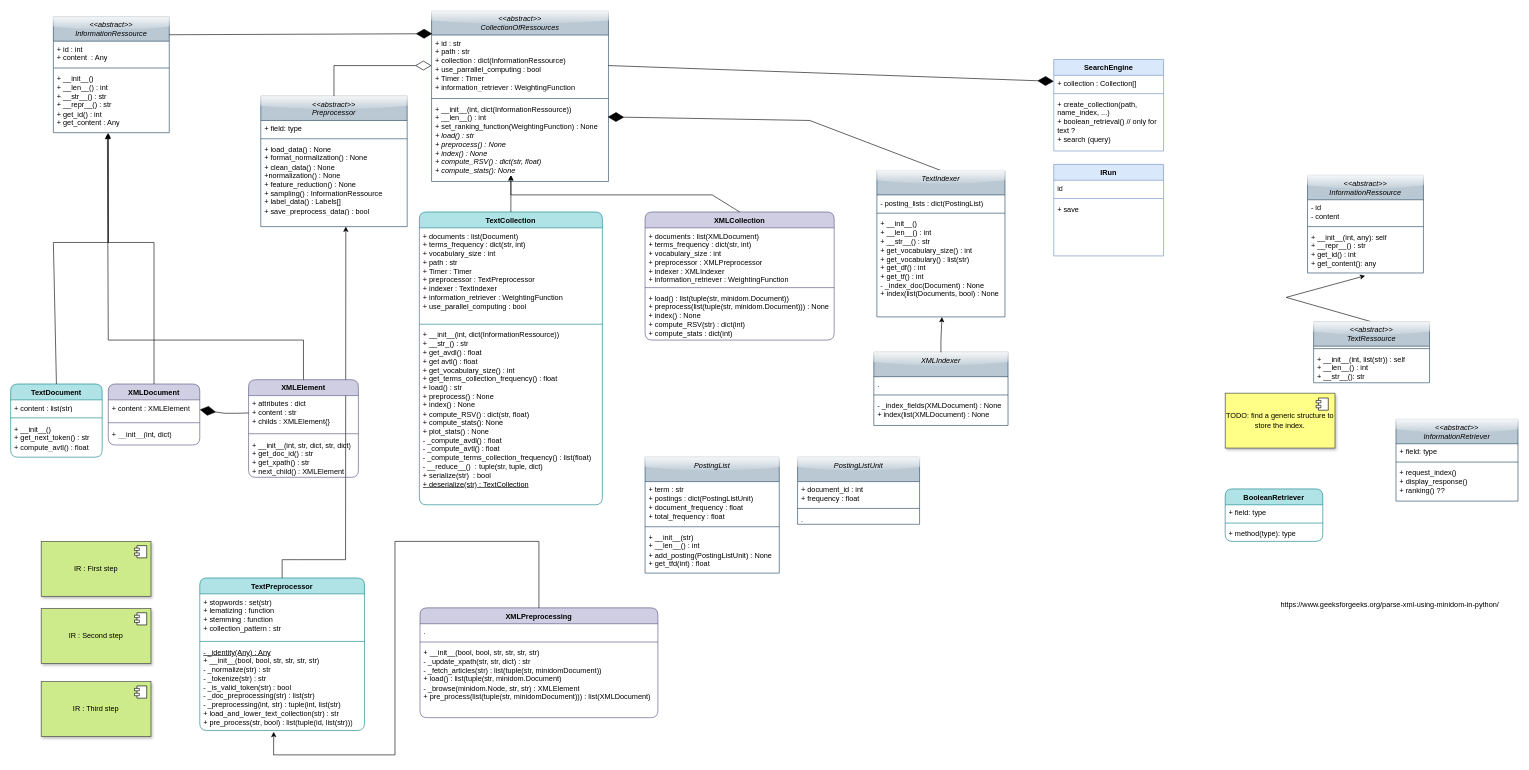
Before: uml_diagrams/information_retrieval_models.drawio in mohamedlrouabah1/RIM2DSC, a draw.io diagram. Source tidied: cells renumbered, new cells numbered last; positions are measured from the earlier drawing's top-left corner, leaving out a move shared by most shapes. Both pictures are drawn from the tidied source at 61%, with x=0, y=0 at pixel (10, 10).
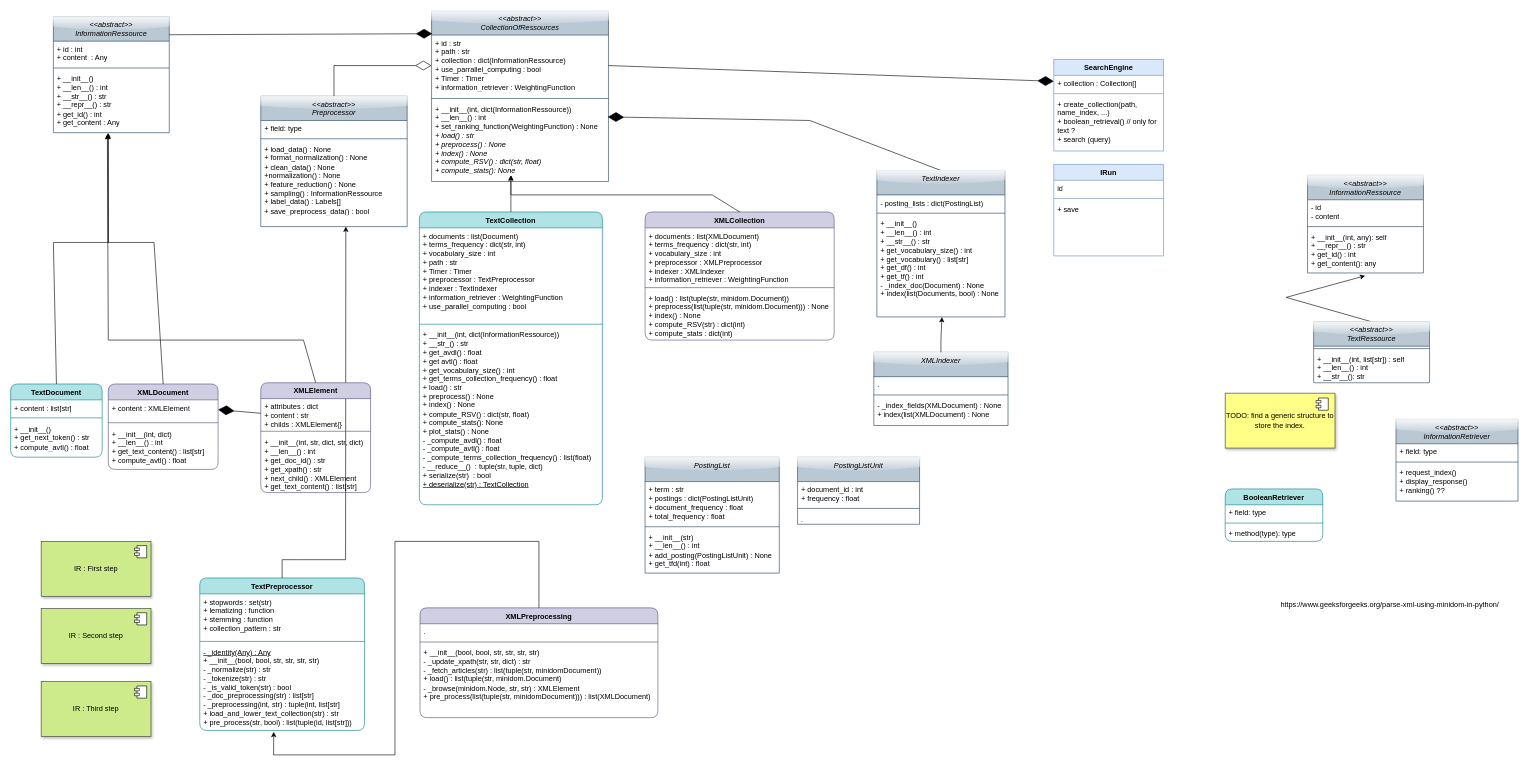
The same diagram, later.

Commit message:
doc: update class diagram

Unchanged cells that the change refers to:
```xml
<mxCell id="6" value="TextDocument" style="swimlane;fontStyle=1;align=center;verticalAlign=top;horizontal=1;startSize=26;whiteSpace=wrap;html=1;fillColor=#b0e3e6;strokeColor=#0e8088;rounded=1;" parent="1" vertex="1">
  <mxGeometry y="612" width="150" height="120" as="geometry" />
</mxCell>
<mxCell id="36" value="TextPreprocessor" style="swimlane;fontStyle=1;align=center;verticalAlign=top;horizontal=1;startSize=26;whiteSpace=wrap;html=1;fillColor=#b0e3e6;strokeColor=#0e8088;rounded=1;" parent="1" vertex="1">
  <mxGeometry x="310" y="930" width="270" height="250" as="geometry" />
</mxCell>
<mxCell id="73" value="&lt;i style=&quot;font-weight: normal;&quot;&gt;&amp;lt;&amp;lt;abstract&amp;gt;&amp;gt;&lt;br&gt;TextRessource&lt;/i&gt;" style="swimlane;fontStyle=1;align=center;verticalAlign=top;horizontal=1;startSize=40;whiteSpace=wrap;html=1;fillColor=#bac8d3;strokeColor=#23445d;glass=1;rounded=0;shadow=0;swimlaneLine=1;" parent="1" vertex="1">
  <mxGeometry x="2136" y="510" width="190" height="100" as="geometry" />
</mxCell>
<mxCell id="93" value="&lt;span style=&quot;font-weight: 400;&quot;&gt;&lt;i&gt;TextIndexer&lt;/i&gt;&lt;/span&gt;" style="swimlane;fontStyle=1;align=center;verticalAlign=top;horizontal=1;startSize=40;whiteSpace=wrap;html=1;fillColor=#bac8d3;strokeColor=#23445d;glass=1;" parent="1" vertex="1">
  <mxGeometry x="1420" y="262" width="210" height="240" as="geometry" />
</mxCell>
```

Diff of the diagram source:
```diff
@@
-    <mxCell id="7" value="+ content : list(str)" style="text;strokeColor=none;fillColor=none;align=left;verticalAlign=top;spacingLeft=4;spacingRight=4;overflow=hidden;whiteSpace=wrap;html=1;" parent="6" vertex="1">
+    <mxCell id="7" value="+ content : list[str]" style="text;strokeColor=none;fillColor=none;align=left;verticalAlign=top;spacingLeft=4;spacingRight=4;overflow=hidden;whiteSpace=wrap;html=1;" parent="6" vertex="1">
       <mxGeometry y="26" width="150" height="24" as="geometry" />
     </mxCell>
@@
     <mxCell id="10" value="XMLDocument" style="swimlane;fontStyle=1;align=center;verticalAlign=top;horizontal=1;startSize=26;whiteSpace=wrap;html=1;fillColor=#d0cee2;strokeColor=#56517e;rounded=1;" parent="1" vertex="1">
-      <mxGeometry x="160" y="612" width="150" height="100" as="geometry" />
+      <mxGeometry x="160" y="612" width="180" height="140" as="geometry" />
     </mxCell>
     <mxCell id="11" value="+ content : XMLElement" style="text;strokeColor=none;fillColor=none;align=left;verticalAlign=top;spacingLeft=4;spacingRight=4;overflow=hidden;points=[[0,0.5],[1,0.5]];portConstraint=eastwest;whiteSpace=wrap;html=1;" parent="10" vertex="1">
-      <mxGeometry y="26" width="150" height="32" as="geometry" />
+      <mxGeometry y="26" width="180" height="32" as="geometry" />
     </mxCell>
     <mxCell id="12" style="line;strokeWidth=1;fillColor=none;align=left;verticalAlign=middle;spacingTop=-1;spacingLeft=3;spacingRight=3;labelPosition=right;strokeColor=inherit;" parent="10" vertex="1">
-      <mxGeometry y="58" width="150" height="11" as="geometry" />
+      <mxGeometry y="58" width="180" height="11" as="geometry" />
     </mxCell>
-    <mxCell id="13" value="+ __init__(int, dict)" style="text;strokeColor=none;fillColor=none;align=left;verticalAlign=top;spacingLeft=4;spacingRight=4;overflow=hidden;whiteSpace=wrap;html=1;" parent="10" vertex="1">
-      <mxGeometry y="69" width="150" height="31" as="geometry" />
+    <mxCell id="13" value="+ __init__(int, dict)&lt;br&gt;+ __len__() : int&lt;br&gt;+ get_text_content() : list[str]&lt;br&gt;+ compute_avtl() : float" style="text;strokeColor=none;fillColor=none;align=left;verticalAlign=top;spacingLeft=4;spacingRight=4;overflow=hidden;whiteSpace=wrap;html=1;" parent="10" vertex="1">
+      <mxGeometry y="69" width="180" height="71" as="geometry" />
     </mxCell>
@@
-    <mxCell id="39" value="&lt;u&gt;- _identity(Any) : Any&lt;/u&gt;&lt;br&gt;+ __init__(bool, bool, str, str, str, str)&lt;br&gt;- _normalize(str) : str&lt;br&gt;- _tokenize(str) : str&lt;br&gt;- _is_valid_token(str) : bool&lt;br&gt;- _doc_preprocessing(str) : list(str)&lt;br&gt;- _preprocessing(int, str) : tuple(int, list(str)&lt;br&gt;+ load_and_lower_text_collection(str) : str&lt;br&gt;+ pre_process(str, bool) : list(tuple(id, list(str)))" style="text;strokeColor=none;fillColor=none;align=left;verticalAlign=top;spacingLeft=4;spacingRight=4;overflow=hidden;points=[[0,0.5],[1,0.5]];portConstraint=eastwest;whiteSpace=wrap;html=1;" parent="36" vertex="1">
+    <mxCell id="39" value="&lt;u&gt;- _identity(Any) : Any&lt;/u&gt;&lt;br&gt;+ __init__(bool, bool, str, str, str, str)&lt;br&gt;- _normalize(str) : str&lt;br&gt;- _tokenize(str) : str&lt;br&gt;- _is_valid_token(str) : bool&lt;br&gt;- _doc_preprocessing(str) : list[str]&lt;br&gt;- _preprocessing(int, str) : tuple(int, list[str]&lt;br&gt;+ load_and_lower_text_collection(str) : str&lt;br&gt;+ pre_process(str, bool) : list(tuple(id, list[str]))" style="text;strokeColor=none;fillColor=none;align=left;verticalAlign=top;spacingLeft=4;spacingRight=4;overflow=hidden;points=[[0,0.5],[1,0.5]];portConstraint=eastwest;whiteSpace=wrap;html=1;" parent="36" vertex="1">
       <mxGeometry y="108" width="270" height="142" as="geometry" />
     </mxCell>
@@
-    <mxCell id="75" value="+ __init__(int, list(str)) : self&lt;br&gt;+ __len__() : int&lt;br&gt;+ __str__(): str" style="text;strokeColor=none;fillColor=none;align=left;verticalAlign=top;spacingLeft=4;spacingRight=4;overflow=hidden;whiteSpace=wrap;html=1;" parent="73" vertex="1">
+    <mxCell id="75" value="+ __init__(int, list[str]) : self&lt;br&gt;+ __len__() : int&lt;br&gt;+ __str__(): str" style="text;strokeColor=none;fillColor=none;align=left;verticalAlign=top;spacingLeft=4;spacingRight=4;overflow=hidden;whiteSpace=wrap;html=1;" parent="73" vertex="1">
       <mxGeometry y="48" width="190" height="52" as="geometry" />
     </mxCell>
     <mxCell id="76" value="XMLElement" style="swimlane;fontStyle=1;align=center;verticalAlign=top;horizontal=1;startSize=26;whiteSpace=wrap;html=1;fillColor=#d0cee2;strokeColor=#56517e;rounded=1;" parent="1" vertex="1">
-      <mxGeometry x="390" y="605" width="180" height="160" as="geometry" />
+      <mxGeometry x="410" y="610" width="180" height="180" as="geometry" />
     </mxCell>
     <mxCell id="77" value="+ attributes : dict&lt;br&gt;+ content : str&lt;br&gt;+ childs : XMLElement{}" style="text;strokeColor=none;fillColor=none;align=left;verticalAlign=top;spacingLeft=4;spacingRight=4;overflow=hidden;points=[[0,0.5],[1,0.5]];portConstraint=eastwest;whiteSpace=wrap;html=1;" parent="76" vertex="1">
-      <mxGeometry y="26" width="180" height="57" as="geometry" />
+      <mxGeometry y="26" width="180" height="48" as="geometry" />
     </mxCell>
     <mxCell id="78" style="line;strokeWidth=1;fillColor=none;align=left;verticalAlign=middle;spacingTop=-1;spacingLeft=3;spacingRight=3;labelPosition=right;strokeColor=inherit;" parent="76" vertex="1">
-      <mxGeometry y="83" width="180" height="11" as="geometry" />
+      <mxGeometry y="74" width="180" height="11" as="geometry" />
     </mxCell>
-    <mxCell id="79" value="+ __init__(int, str, dict, str, dict)&lt;br&gt;+ get_doc_id() : str&lt;br&gt;+ get_xpath() : str&lt;br&gt;+ next_child() : XMLElement" style="text;strokeColor=none;fillColor=none;align=left;verticalAlign=top;spacingLeft=4;spacingRight=4;overflow=hidden;whiteSpace=wrap;html=1;" parent="76" vertex="1">
-      <mxGeometry y="94" width="180" height="66" as="geometry" />
+    <mxCell id="79" value="+ __init__(int, str, dict, str, dict)&lt;br&gt;+ __len__() : int&lt;br&gt;+ get_doc_id() : str&lt;br&gt;+ get_xpath() : str&lt;br&gt;+ next_child() : XMLElement&lt;br&gt;+ get_text_content() : list[str]" style="text;strokeColor=none;fillColor=none;align=left;verticalAlign=top;spacingLeft=4;spacingRight=4;overflow=hidden;whiteSpace=wrap;html=1;" parent="76" vertex="1">
+      <mxGeometry y="85" width="180" height="95" as="geometry" />
     </mxCell>
     <mxCell id="80" style="endArrow=diamondThin;endFill=1;endSize=24;html=1;rounded=0;exitX=0;exitY=0.5;exitDx=0;exitDy=0;entryX=1;entryY=0.5;entryDx=0;entryDy=0;" parent="1" edge="1" source="77" target="11">
-      <mxGeometry relative="1" as="geometry">
-        <Array as="points">
-          <mxPoint x="370" y="660" />
-          <mxPoint x="350" y="660" />
-        </Array>
-      </mxGeometry>
+      <mxGeometry relative="1" as="geometry" />
     </mxCell>
@@
-    <mxCell id="96" value="+ __init__()&lt;br&gt;+ __len__() : int&lt;br&gt;+ __str__() : str&lt;br&gt;+ get_vocabulary_size() : int&lt;br&gt;+ get_vocabulary() : list(str)&lt;br&gt;+ get_df() : int&lt;br&gt;+ get_tf() : int&lt;br&gt;- _index_doc(Document) : None&lt;br&gt;+ index(list(Documents, bool) : None" style="text;strokeColor=none;fillColor=none;align=left;verticalAlign=top;spacingLeft=4;spacingRight=4;overflow=hidden;points=[[0,0.5],[1,0.5]];portConstraint=eastwest;whiteSpace=wrap;html=1;" parent="93" vertex="1">
+    <mxCell id="96" value="+ __init__()&lt;br&gt;+ __len__() : int&lt;br&gt;+ __str__() : str&lt;br&gt;+ get_vocabulary_size() : int&lt;br&gt;+ get_vocabulary() : list[str]&lt;br&gt;+ get_df() : int&lt;br&gt;+ get_tf() : int&lt;br&gt;- _index_doc(Document) : None&lt;br&gt;+ index(list(Documents, bool) : None" style="text;strokeColor=none;fillColor=none;align=left;verticalAlign=top;spacingLeft=4;spacingRight=4;overflow=hidden;points=[[0,0.5],[1,0.5]];portConstraint=eastwest;whiteSpace=wrap;html=1;" parent="93" vertex="1">
       <mxGeometry y="74" width="210" height="166" as="geometry" />
     </mxCell>
```
